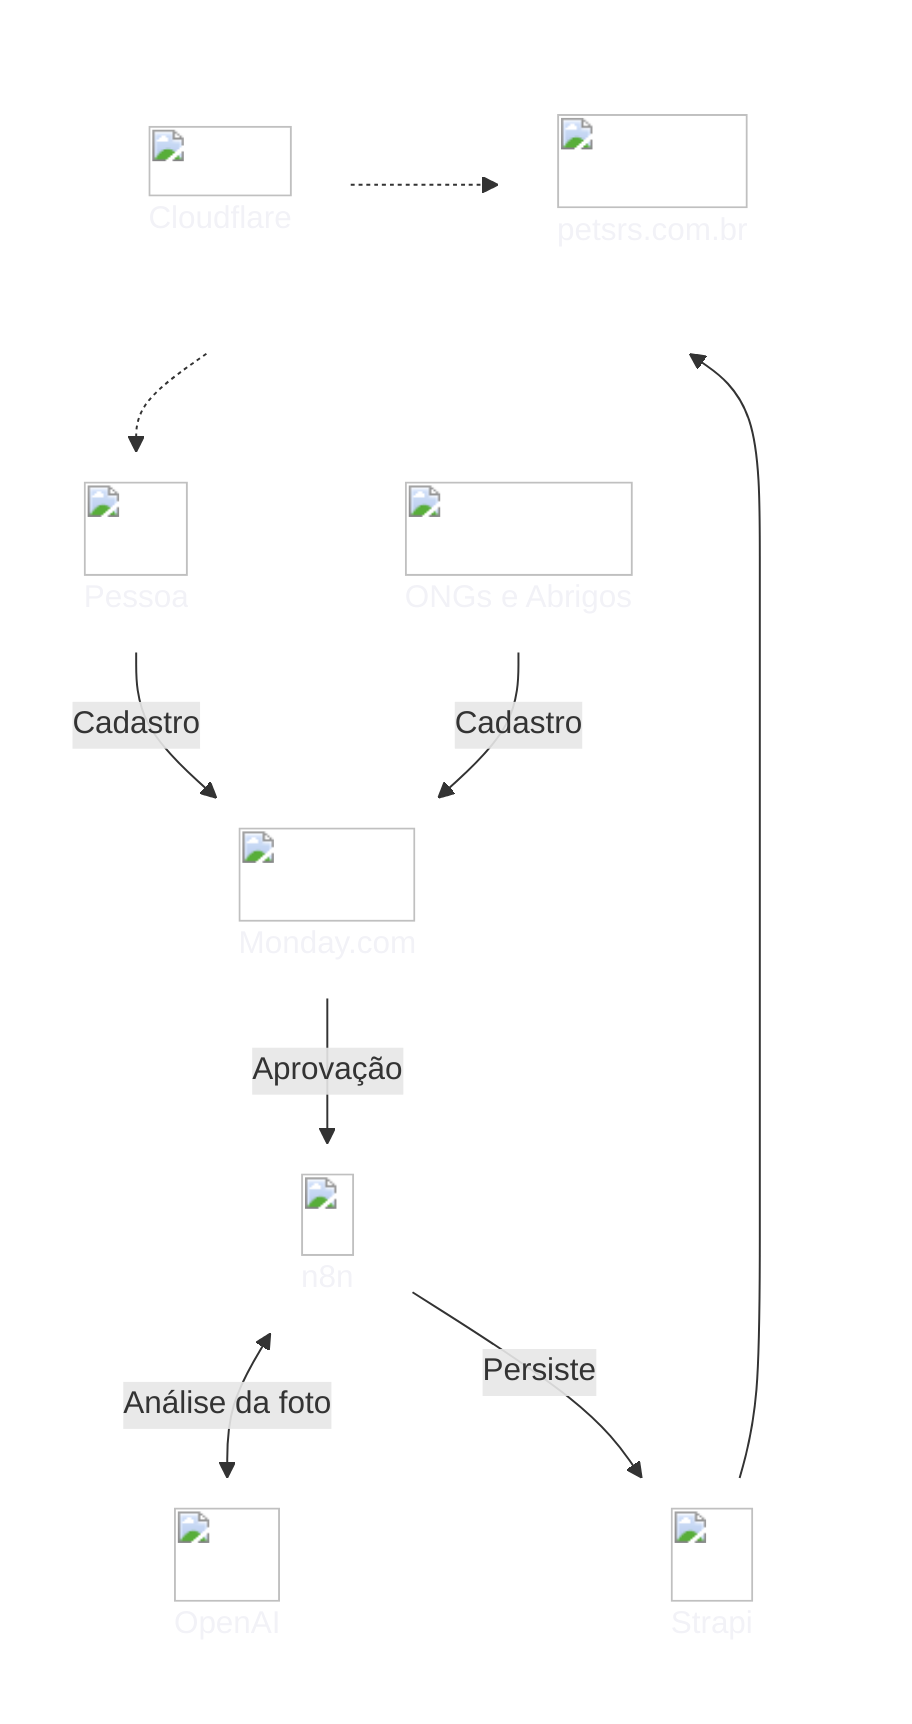
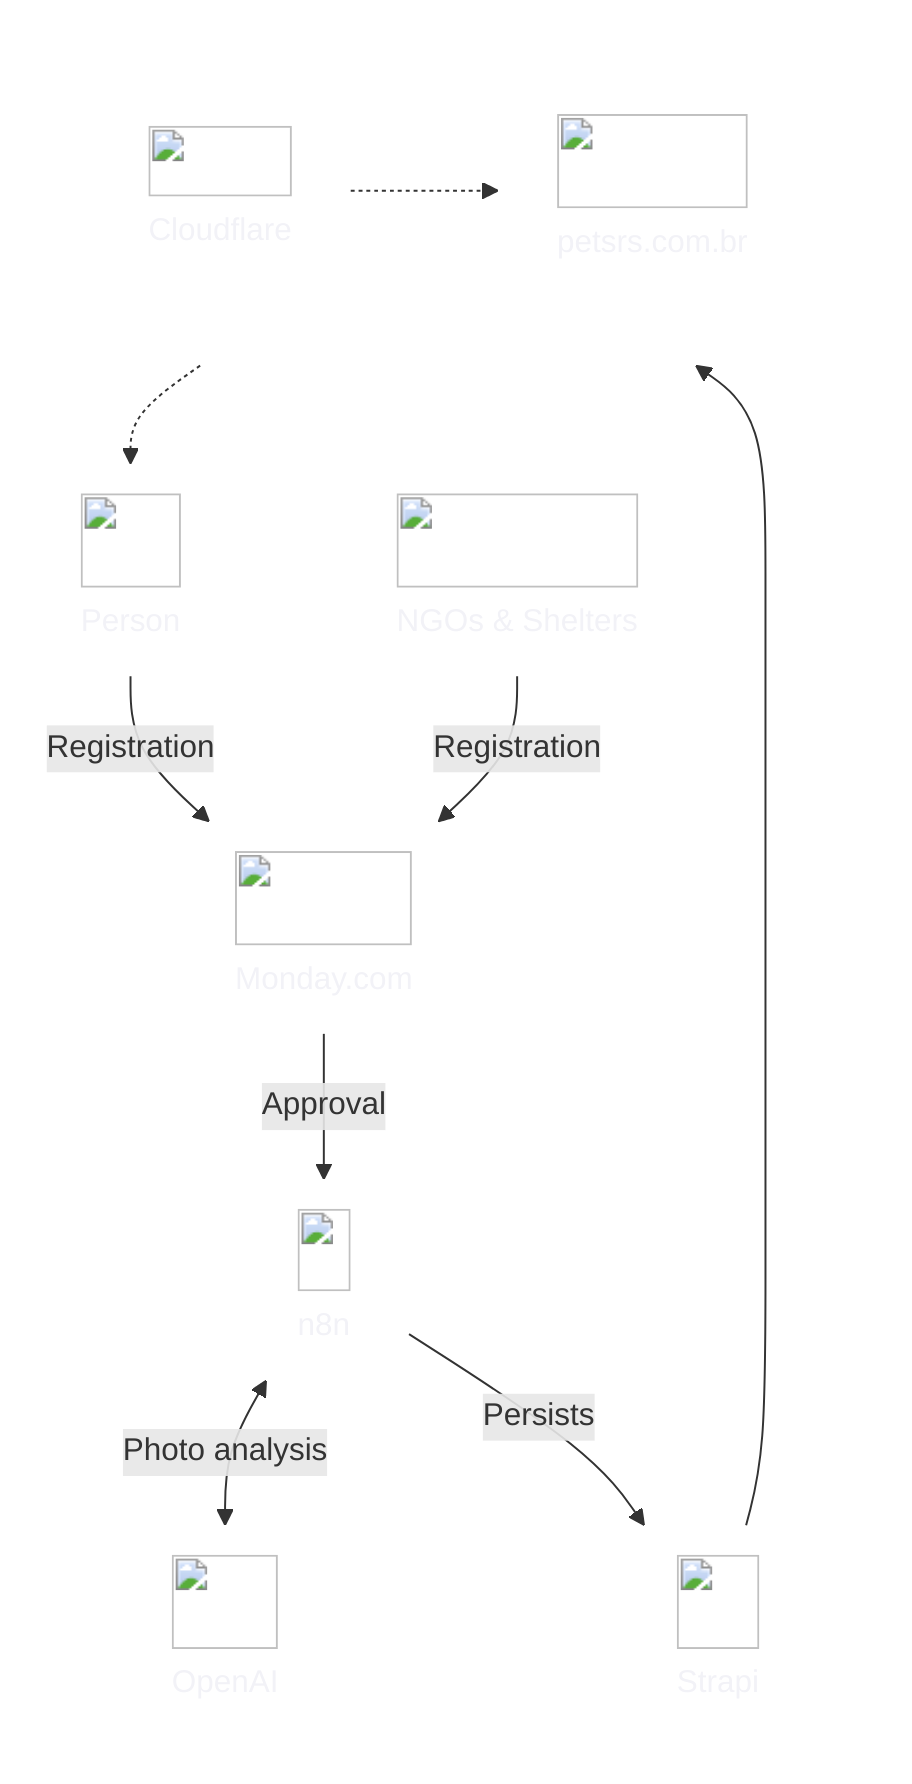
flowchart TB
  classDef plain fill:transparent,stroke:none,color:#f2f2f7

-   U["<img src='/icons/mermaid/user.svg' style='height:48px;width:auto;display:block;margin:0 auto'/>Pessoa"]
-   ORG["<img src='/icons/mermaid/orgs.svg' style='height:48px;width:auto;display:block;margin:0 auto'/>ONGs e Abrigos"]
-   M["<img src='/icons/mermaid/monday.svg' style='height:48px;width:auto;display:block;margin:0 auto'/>Monday.com"]
-   N["<img src='/icons/mermaid/n8n.svg' style='height:42px;width:auto;display:block;margin:0 auto'/>n8n"]
-   O["<img src='/icons/mermaid/openai.svg' style='height:48px;width:auto;display:block;margin:0 auto'/>OpenAI"]
-   S["<img src='/icons/mermaid/strapi.svg' style='height:48px;width:auto;display:block;margin:0 auto'/>Strapi"]
-   CF["<img src='/icons/mermaid/cloudflare.svg' style='height:36px;width:auto;display:block;margin:0 auto'/>Cloudflare"]
-   P["<img src='/icons/mermaid/petsrs.svg' style='height:48px;width:auto;display:block;margin:0 auto'/>petsrs.com.br"]
+   U["<img src='/icons/mermaid/user.svg' style='height:48px;width:auto;display:block;margin:0 auto 6px'/>Person"]
+   ORG["<img src='/icons/mermaid/orgs.svg' style='height:48px;width:auto;display:block;margin:0 auto 6px'/>NGOs &amp; Shelters"]
+   M["<img src='/icons/mermaid/monday.svg' style='height:48px;width:auto;display:block;margin:0 auto 6px'/>Monday.com"]
+   N["<img src='/icons/mermaid/n8n.svg' style='height:42px;width:auto;display:block;margin:0 auto 6px'/>n8n"]
+   O["<img src='/icons/mermaid/openai.svg' style='height:48px;width:auto;display:block;margin:0 auto 6px'/>OpenAI"]
+   S["<img src='/icons/mermaid/strapi.svg' style='height:48px;width:auto;display:block;margin:0 auto 6px'/>Strapi"]
+   CF["<img src='/icons/mermaid/cloudflare.svg' style='height:36px;width:auto;display:block;margin:0 auto 6px'/>Cloudflare"]
+   P["<img src='/projects/icons/petsrs.webp' style='height:48px;width:48px;object-fit:contain;display:block;margin:0 auto 6px'/>petsrs.com.br"]

  class U,ORG,M,N,O,S,CF,P plain

-   U -->|Cadastro| M
-   ORG -->|Cadastro| M
-   M -->|Aprovação| N
-   N <-->|Análise da foto| O
-   N -->|Persiste| S
+   U -->|Registration| M
+   ORG -->|Registration| M
+   M -->|Approval| N
+   N <-->|Photo analysis| O
+   N -->|Persists| S
  S --> CF
  subgraph delivery [" "]
    direction LR
    CF -.-> P
  end
  P -.-> U

  style delivery fill:transparent,stroke:none
